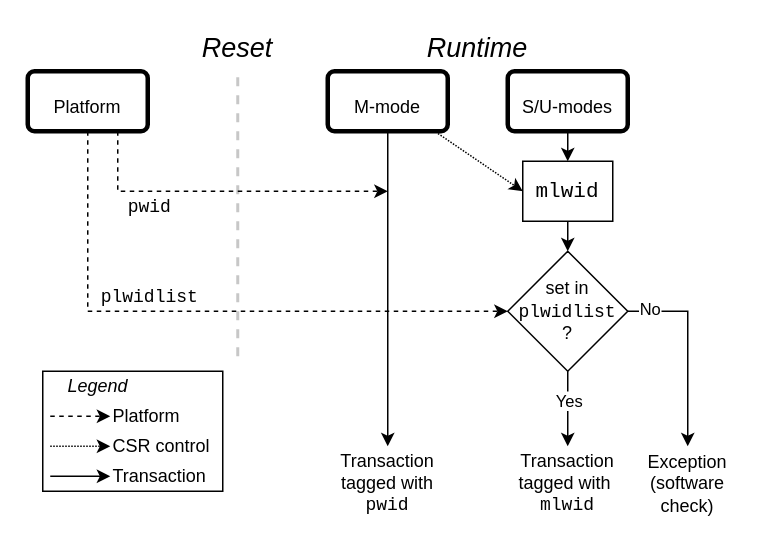
Earlier version of the draw.io diagram src/images/drawio/Smlwid.drawio (riscv/riscv-worlds). Source tidied: cells renumbered, new cells numbered last; positions are measured from the earlier drawing's top-left corner, leaving out a move shared by most shapes. Both pictures are drawn from the tidied source at 150%, with x=0, y=0 at pixel (27, 26).
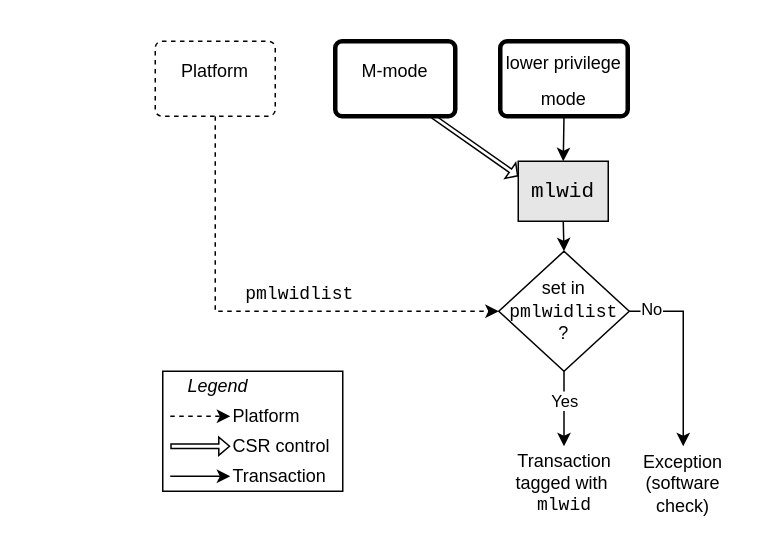
The same page after the edit.

Diff of the diagram source:
```diff
@@
-    <mxCell id="2" style="endArrow=none;html=1;rounded=0;dashed=1;strokeWidth=2;strokeColor=light-dark(#C7C7C7,#EDEDED);" parent="1" edge="1">
-      <mxGeometry relative="1" as="geometry">
-        <mxPoint x="140" y="220" as="sourcePoint" />
-        <mxPoint x="140" y="30" as="targetPoint" />
-      </mxGeometry>
-    </mxCell>
-    <mxCell id="3" value="&lt;font style=&quot;font-size: 12px;&quot;&gt;Platform&lt;/font&gt;" style="html=1;overflow=block;blockSpacing=1;whiteSpace=wrap;fontSize=20;fontColor=default;spacing=3.8;strokeOpacity=100;fillOpacity=100;rounded=1;absoluteArcSize=1;arcSize=9;fillColor=#ffffff;fixDash=1;strokeWidth=3;lucidId=RJBal6eY-SyX;" parent="1" vertex="1">
-      <mxGeometry y="30" width="80" height="40" as="geometry" />
-    </mxCell>
-    <mxCell id="4" value="&lt;font style=&quot;font-size: 12px;&quot;&gt;M-mode&lt;/font&gt;" style="html=1;overflow=block;blockSpacing=1;whiteSpace=wrap;fontSize=20;spacing=3.8;strokeOpacity=100;fillOpacity=100;rounded=1;absoluteArcSize=1;arcSize=9;fillColor=#ffffff;strokeWidth=3;lucidId=RJBa-lLBp8Ld;" parent="1" vertex="1">
-      <mxGeometry x="200" y="30" width="80" height="40" as="geometry" />
-    </mxCell>
-    <mxCell id="5" value="&lt;font style=&quot;font-size: 18px;&quot;&gt;&lt;i&gt;Reset&lt;/i&gt;&lt;/font&gt;" style="text;html=1;whiteSpace=wrap;strokeColor=none;fillColor=none;align=center;verticalAlign=middle;rounded=0;" parent="1" vertex="1">
-      <mxGeometry x="110" width="60" height="30" as="geometry" />
-    </mxCell>
-    <mxCell id="6" value="&lt;font style=&quot;font-size: 18px;&quot;&gt;&lt;i&gt;Runtime&lt;/i&gt;&lt;/font&gt;" style="text;html=1;whiteSpace=wrap;strokeColor=none;fillColor=none;align=center;verticalAlign=middle;rounded=0;" parent="1" vertex="1">
-      <mxGeometry x="250" width="100" height="30" as="geometry" />
-    </mxCell>
-    <mxCell id="7" style="endArrow=classic;html=1;rounded=0;exitX=0.75;exitY=1;exitDx=0;exitDy=0;strokeWidth=1;dashed=1;" parent="1" edge="1" source="3">
-      <mxGeometry relative="1" as="geometry">
-        <mxPoint x="240" y="110" as="targetPoint" />
-        <Array as="points">
-          <mxPoint x="60" y="110" />
-        </Array>
-      </mxGeometry>
-    </mxCell>
-    <mxCell id="8" value="&lt;font style=&quot;font-size: 12px;&quot; face=&quot;Courier New&quot;&gt;pwid&lt;/font&gt;" style="edgeLabel;html=1;align=center;verticalAlign=middle;" parent="7" vertex="1">
-      <mxGeometry x="-0.54" y="2" relative="1" as="geometry">
-        <mxPoint x="9" y="12" as="offset" />
-      </mxGeometry>
-    </mxCell>
-    <mxCell id="9" style="endArrow=classic;html=1;rounded=0;exitX=0.5;exitY=1;exitDx=0;exitDy=0;entryX=0.5;entryY=0;entryDx=0;entryDy=0;strokeWidth=1;" parent="1" edge="1" source="4" target="10">
-      <mxGeometry relative="1" as="geometry" />
-    </mxCell>
-    <mxCell id="10" value="&lt;font style=&quot;font-size: 12px;&quot;&gt;Transaction&lt;br&gt;tagged with&lt;br&gt;&lt;font face=&quot;Courier New&quot; style=&quot;&quot;&gt;pwid&lt;/font&gt;&lt;/font&gt;" style="text;html=1;whiteSpace=wrap;strokeColor=none;fillColor=none;align=center;verticalAlign=middle;rounded=0;" parent="1" vertex="1">
-      <mxGeometry x="200" y="280" width="80" height="50" as="geometry" />
-    </mxCell>
-    <mxCell id="11" value="&lt;font style=&quot;font-size: 12px;&quot;&gt;Exception (software check)&lt;/font&gt;" style="text;html=1;whiteSpace=wrap;strokeColor=none;fillColor=none;align=center;verticalAlign=middle;rounded=0;" parent="1" vertex="1">
-      <mxGeometry x="400" y="280" width="80" height="50" as="geometry" />
+    <mxCell id="11" value="&lt;font style=&quot;font-size: 12px;&quot;&gt;Exception (software check)&lt;/font&gt;" style="text;html=1;whiteSpace=wrap;strokeColor=none;fillColor=default;align=center;verticalAlign=middle;rounded=0;" parent="1" vertex="1">
+      <mxGeometry x="397" y="280" width="80" height="50" as="geometry" />
     </mxCell>
-    <mxCell id="12" value="&lt;font style=&quot;font-size: 12px;&quot;&gt;S/U-modes&lt;/font&gt;" style="html=1;overflow=block;blockSpacing=1;whiteSpace=wrap;fontSize=20;spacing=3.8;strokeOpacity=100;fillOpacity=100;rounded=1;absoluteArcSize=1;arcSize=9;fillColor=#ffffff;strokeWidth=3;lucidId=RJBa-lLBp8Ld;" parent="1" vertex="1">
-      <mxGeometry x="320" y="30" width="80" height="40" as="geometry" />
-    </mxCell>
-    <mxCell id="13" value="&lt;font face=&quot;Courier New&quot;&gt;&lt;font style=&quot;font-size: 14px;&quot;&gt;ml&lt;/font&gt;&lt;span style=&quot;font-size: 14px; background-color: transparent; color: light-dark(rgb(0, 0, 0), rgb(255, 255, 255));&quot;&gt;wid&lt;/span&gt;&lt;/font&gt;" style="rounded=0;whiteSpace=wrap;html=1;" parent="1" vertex="1">
-      <mxGeometry x="330" y="90" width="60" height="40" as="geometry" />
+    <mxCell id="13" value="&lt;font face=&quot;Courier New&quot;&gt;&lt;font style=&quot;font-size: 14px;&quot;&gt;ml&lt;/font&gt;&lt;span style=&quot;font-size: 14px; background-color: transparent; color: light-dark(rgb(0, 0, 0), rgb(255, 255, 255));&quot;&gt;wid&lt;/span&gt;&lt;/font&gt;" style="rounded=0;whiteSpace=wrap;html=1;fillColor=#E6E6E6;" parent="1" vertex="1">
+      <mxGeometry x="327" y="90" width="60" height="40" as="geometry" />
     </mxCell>
-    <mxCell id="14" style="endArrow=classic;html=1;rounded=0;exitX=0.5;exitY=1;exitDx=0;exitDy=0;entryX=0.5;entryY=0;entryDx=0;entryDy=0;strokeWidth=1;" parent="1" edge="1" source="12" target="13">
+    <mxCell id="14" style="endArrow=classic;html=1;rounded=0;exitX=0.5;exitY=1;exitDx=0;exitDy=0;entryX=0.5;entryY=0;entryDx=0;entryDy=0;strokeWidth=1;" parent="1" edge="1" source="38" target="13">
       <mxGeometry relative="1" as="geometry" />
     </mxCell>
@@
-    <mxCell id="16" value="&lt;font style=&quot;font-size: 12px;&quot;&gt;set in&lt;br&gt;&lt;font face=&quot;Courier New&quot; style=&quot;&quot;&gt;plwidlist&lt;br&gt;&lt;/font&gt;?&lt;/font&gt;" style="rhombus;whiteSpace=wrap;html=1;" parent="1" vertex="1">
-      <mxGeometry x="320" y="150" width="80" height="80" as="geometry" />
+    <mxCell id="16" value="&lt;font style=&quot;font-size: 12px;&quot;&gt;set in&lt;br&gt;&lt;font face=&quot;Courier New&quot; style=&quot;&quot;&gt;pmlwidlist&lt;br&gt;&lt;/font&gt;?&lt;/font&gt;" style="rhombus;whiteSpace=wrap;html=1;" parent="1" vertex="1">
+      <mxGeometry x="314" y="150" width="87" height="80" as="geometry" />
     </mxCell>
     <mxCell id="17" style="endArrow=classic;html=1;rounded=0;strokeWidth=1;entryX=0.5;entryY=0;entryDx=0;entryDy=0;exitX=1;exitY=0.5;exitDx=0;exitDy=0;" parent="1" edge="1" source="16" target="11">
       <mxGeometry relative="1" as="geometry">
         <Array as="points">
-          <mxPoint x="440" y="190" />
+          <mxPoint x="437" y="190" />
         </Array>
       </mxGeometry>
     </mxCell>
@@
-    <mxCell id="19" value="&lt;font style=&quot;font-size: 12px;&quot;&gt;Transaction tagged with&amp;nbsp; &lt;font face=&quot;Courier New&quot; style=&quot;&quot;&gt;mlwid&lt;/font&gt;&lt;/font&gt;" style="text;html=1;whiteSpace=wrap;strokeColor=none;fillColor=none;align=center;verticalAlign=middle;rounded=0;" parent="1" vertex="1">
-      <mxGeometry x="320" y="280" width="80" height="50" as="geometry" />
+    <mxCell id="19" value="&lt;font style=&quot;font-size: 12px;&quot;&gt;Transaction tagged with&amp;nbsp; &lt;font face=&quot;Courier New&quot; style=&quot;&quot;&gt;mlwid&lt;/font&gt;&lt;/font&gt;" style="text;html=1;whiteSpace=wrap;strokeColor=none;fillColor=default;align=center;verticalAlign=middle;rounded=0;" parent="1" vertex="1">
+      <mxGeometry x="317.5" y="280" width="80" height="50" as="geometry" />
     </mxCell>
@@
     <mxCell id="22" style="endArrow=classic;html=1;rounded=0;exitX=0.5;exitY=1;exitDx=0;exitDy=0;strokeWidth=1;dashed=1;entryX=0;entryY=0.5;entryDx=0;entryDy=0;" parent="1" edge="1" source="3" target="16">
       <mxGeometry relative="1" as="geometry">
         <Array as="points">
-          <mxPoint x="40" y="190" />
+          <mxPoint x="125" y="190" />
         </Array>
       </mxGeometry>
     </mxCell>
-    <mxCell id="23" value="&lt;font style=&quot;font-size: 12px;&quot; face=&quot;Courier New&quot;&gt;plwidlist&lt;/font&gt;" style="edgeLabel;html=1;align=center;verticalAlign=middle;" parent="22" vertex="1">
+    <mxCell id="23" value="&lt;font style=&quot;font-size: 12px;&quot; face=&quot;Courier New&quot;&gt;pmlwidlist&lt;/font&gt;" style="edgeLabel;html=1;align=center;verticalAlign=middle;" parent="22" vertex="1">
       <mxGeometry x="-0.54" y="2" relative="1" as="geometry">
-        <mxPoint x="38" y="18" as="offset" />
+        <mxPoint x="53" y="45" as="offset" />
       </mxGeometry>
     </mxCell>
-    <mxCell id="24" style="endArrow=classic;html=1;rounded=0;exitX=0.919;exitY=1.038;exitDx=0;exitDy=0;entryX=0;entryY=0.5;entryDx=0;entryDy=0;strokeWidth=1;dashed=1;dashPattern=1 1;exitPerimeter=0;" parent="1" edge="1" source="4" target="13">
-      <mxGeometry relative="1" as="geometry" />
-    </mxCell>
-    <mxCell id="25" style="group;" parent="1" vertex="1">
-      <mxGeometry x="10" y="230" width="125" height="80" as="geometry" />
-    </mxCell>
+    <mxCell id="34" style="group;" parent="1" vertex="1">
+      <mxGeometry x="90" y="230" width="125" height="80" as="geometry" />
+    </mxCell>
-    <mxCell id="26" style="rounded=0;whiteSpace=wrap;html=1;" parent="25" vertex="1">
+    <mxCell id="26" style="rounded=0;whiteSpace=wrap;html=1;" parent="34" vertex="1">
       <mxGeometry width="120" height="80" as="geometry" />
     </mxCell>
-    <mxCell id="27" style="endArrow=classic;html=1;rounded=0;dashed=1;" parent="25" edge="1" target="28">
-      <mxGeometry relative="1" as="geometry">
-        <mxPoint x="5" y="30" as="sourcePoint" />
-      </mxGeometry>
-    </mxCell>
+    <mxCell id="35" style="endArrow=classic;html=1;rounded=0;dashed=1;" parent="34" edge="1" target="28">
+      <mxGeometry relative="1" as="geometry">
+        <mxPoint x="5" y="30" as="sourcePoint" />
+      </mxGeometry>
+    </mxCell>
-    <mxCell id="28" value="Platform" style="text;html=1;whiteSpace=wrap;strokeColor=none;fillColor=none;align=left;verticalAlign=middle;rounded=0;" parent="25" vertex="1">
+    <mxCell id="28" value="Platform" style="text;html=1;whiteSpace=wrap;strokeColor=none;fillColor=none;align=left;verticalAlign=middle;rounded=0;" parent="34" vertex="1">
       <mxGeometry x="45" y="20" width="80" height="20" as="geometry" />
     </mxCell>
-    <mxCell id="29" style="endArrow=classic;html=1;rounded=0;dashed=1;dashPattern=1 1;" parent="25" edge="1" target="30">
-      <mxGeometry relative="1" as="geometry">
-        <mxPoint x="5" y="50" as="sourcePoint" />
-      </mxGeometry>
-    </mxCell>
-    <mxCell id="30" value="CSR control" style="text;html=1;whiteSpace=wrap;strokeColor=none;fillColor=none;align=left;verticalAlign=middle;rounded=0;" parent="25" vertex="1">
+    <mxCell id="30" value="CSR control" style="text;html=1;whiteSpace=wrap;strokeColor=none;fillColor=none;align=left;verticalAlign=middle;rounded=0;" parent="34" vertex="1">
       <mxGeometry x="45" y="40" width="80" height="20" as="geometry" />
     </mxCell>
-    <mxCell id="31" style="endArrow=classic;html=1;rounded=0;" parent="25" edge="1" target="32">
-      <mxGeometry relative="1" as="geometry">
-        <mxPoint x="5" y="70" as="sourcePoint" />
-      </mxGeometry>
-    </mxCell>
+    <mxCell id="36" style="endArrow=classic;html=1;rounded=0;" parent="34" edge="1" target="32">
+      <mxGeometry relative="1" as="geometry">
+        <mxPoint x="5" y="70" as="sourcePoint" />
+      </mxGeometry>
+    </mxCell>
-    <mxCell id="32" value="Transaction" style="text;html=1;whiteSpace=wrap;strokeColor=none;fillColor=none;align=left;verticalAlign=middle;rounded=0;" parent="25" vertex="1">
+    <mxCell id="32" value="Transaction" style="text;html=1;whiteSpace=wrap;strokeColor=none;fillColor=none;align=left;verticalAlign=middle;rounded=0;" parent="34" vertex="1">
       <mxGeometry x="45" y="60" width="80" height="20" as="geometry" />
     </mxCell>
-    <mxCell id="33" value="&lt;i&gt;Legend&lt;/i&gt;" style="text;html=1;whiteSpace=wrap;strokeColor=none;fillColor=none;align=left;verticalAlign=middle;rounded=0;" parent="25" vertex="1">
+    <mxCell id="33" value="&lt;i&gt;Legend&lt;/i&gt;" style="text;html=1;whiteSpace=wrap;strokeColor=none;fillColor=none;align=left;verticalAlign=middle;rounded=0;" parent="34" vertex="1">
       <mxGeometry x="15" width="80" height="20" as="geometry" />
     </mxCell>
+    <mxCell id="37" style="shape=flexArrow;endArrow=classic;html=1;rounded=0;endWidth=8.095238095238095;endSize=2.0476190476190474;width=3;entryX=0;entryY=0.5;entryDx=0;entryDy=0;" parent="34" edge="1" target="30">
+      <mxGeometry relative="1" as="geometry">
+        <mxPoint x="5" y="50" as="sourcePoint" />
+      </mxGeometry>
+    </mxCell>
+    <mxCell id="4" value="&lt;font style=&quot;font-size: 12px;&quot;&gt;M-mode&lt;/font&gt;" style="html=1;overflow=block;blockSpacing=1;whiteSpace=wrap;fontSize=20;spacing=5;strokeOpacity=100;fillOpacity=100;rounded=1;absoluteArcSize=1;arcSize=9;fillColor=#ffffff;strokeWidth=3;lucidId=RJBa-lLBp8Ld;verticalAlign=top;" parent="1" vertex="1">
+      <mxGeometry x="205" y="10" width="80" height="50" as="geometry" />
+    </mxCell>
+    <mxCell id="3" value="&lt;font style=&quot;font-size: 12px;&quot;&gt;Platform&lt;/font&gt;" style="html=1;overflow=block;blockSpacing=1;whiteSpace=wrap;fontSize=20;fontColor=default;spacing=5;strokeOpacity=100;fillOpacity=100;rounded=1;absoluteArcSize=1;arcSize=9;fillColor=#ffffff;fixDash=1;strokeWidth=1;lucidId=RJBal6eY-SyX;verticalAlign=top;dashed=1;" parent="1" vertex="1">
+      <mxGeometry x="85" y="10" width="80" height="50" as="geometry" />
+    </mxCell>
+    <mxCell id="38" value="&lt;font style=&quot;font-size: 12px;&quot;&gt;lower privilege&lt;br&gt;mode&lt;/font&gt;" style="html=1;overflow=block;blockSpacing=1;whiteSpace=wrap;fontSize=20;spacing=0;strokeOpacity=100;fillOpacity=100;rounded=1;absoluteArcSize=1;arcSize=9;fillColor=#ffffff;strokeWidth=3;lucidId=RJBa-lLBp8Ld;verticalAlign=top;" parent="1" vertex="1">
+      <mxGeometry x="315" y="10" width="85" height="50" as="geometry" />
+    </mxCell>
+    <mxCell id="39" style="shape=flexArrow;endArrow=classic;html=1;rounded=0;exitX=0.546;exitY=1.025;exitDx=0;exitDy=0;exitPerimeter=0;endWidth=8.666666666666666;endSize=1.6395348837209303;width=2.7906976744186047;entryX=0;entryY=0.25;entryDx=0;entryDy=0;" parent="1" edge="1" target="13">
+      <mxGeometry relative="1" as="geometry">
+        <mxPoint x="270" y="60" as="sourcePoint" />
+      </mxGeometry>
+    </mxCell>
```
